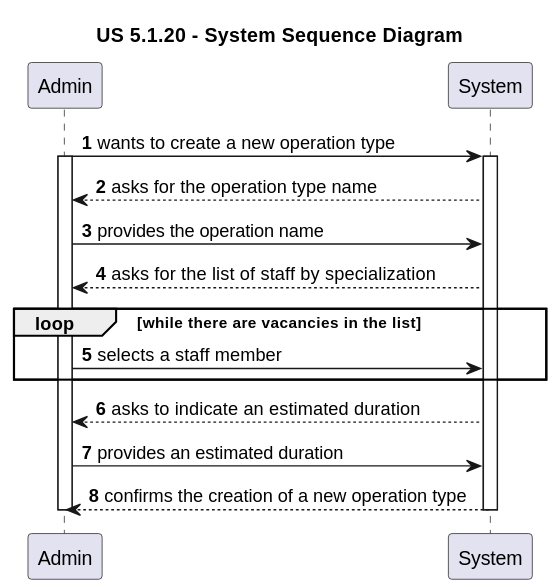
Earlier version of the PlantUML export docs/sprint-1/1220683/us-5.1.20/diagrams/SSD/us_5.1.20_system_sequence_diagram.svg (rita-barbosa/LAPR5-2425).
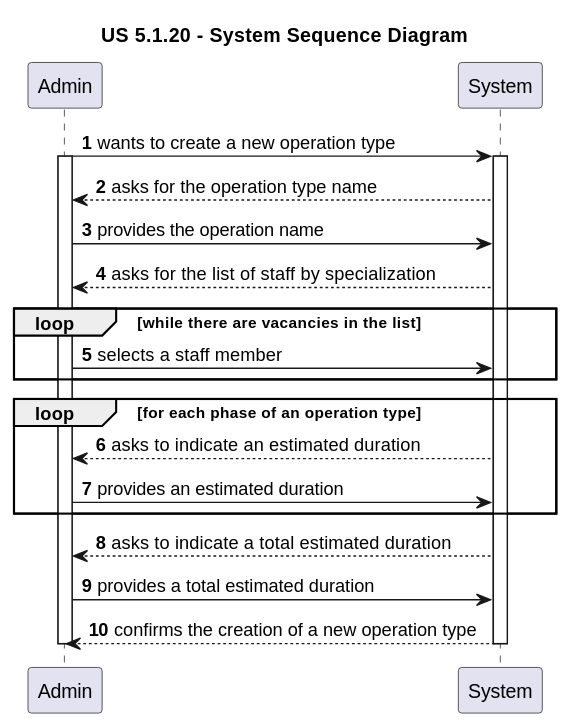
Later version of the same file.

Change to the diagram source:
```diff
@@ -23,9 +23,17 @@
 
 end loop
 
+loop for each phase of an operation type
+
 SYS --> ADM : asks to indicate an estimated duration
 
 ADM -> SYS : provides an estimated duration
+
+end loop
+
+SYS --> ADM : asks to indicate a total estimated duration
+
+ADM -> SYS : provides a total estimated duration
 
 SYS --> ADM : confirms the creation of a new operation type
 
```
